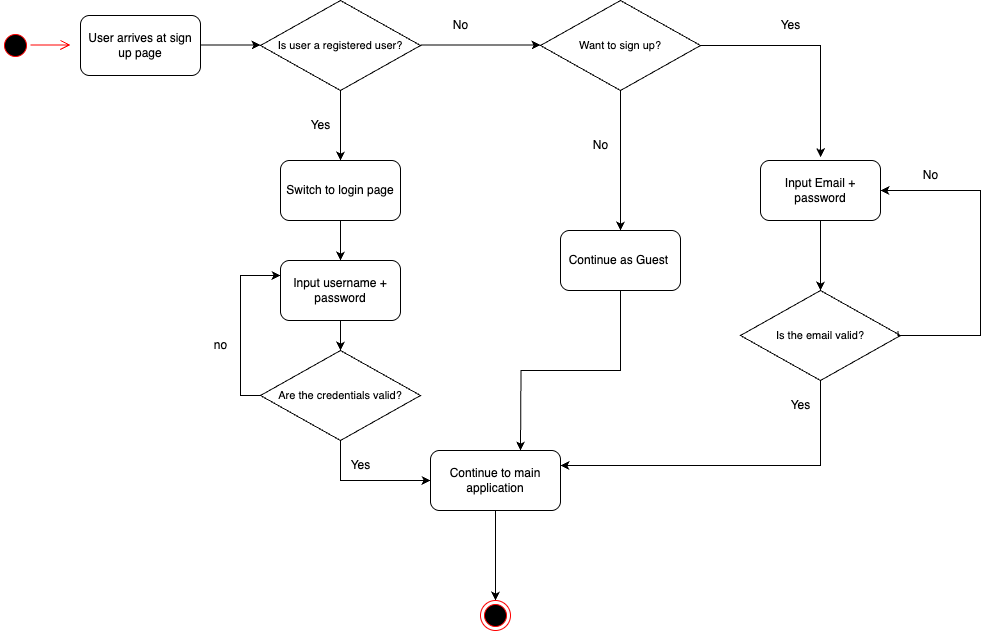
Ramisa789/Glow keeps this draw.io diagram as Documentation/Diagrams/D-006 Become Registered User System Activity Diagram.png. Above is the earlier version. Source tidied: cells renumbered, new cells last; positions are measured from the earlier drawing's top-left corner, leaving out a move shared by most shapes.
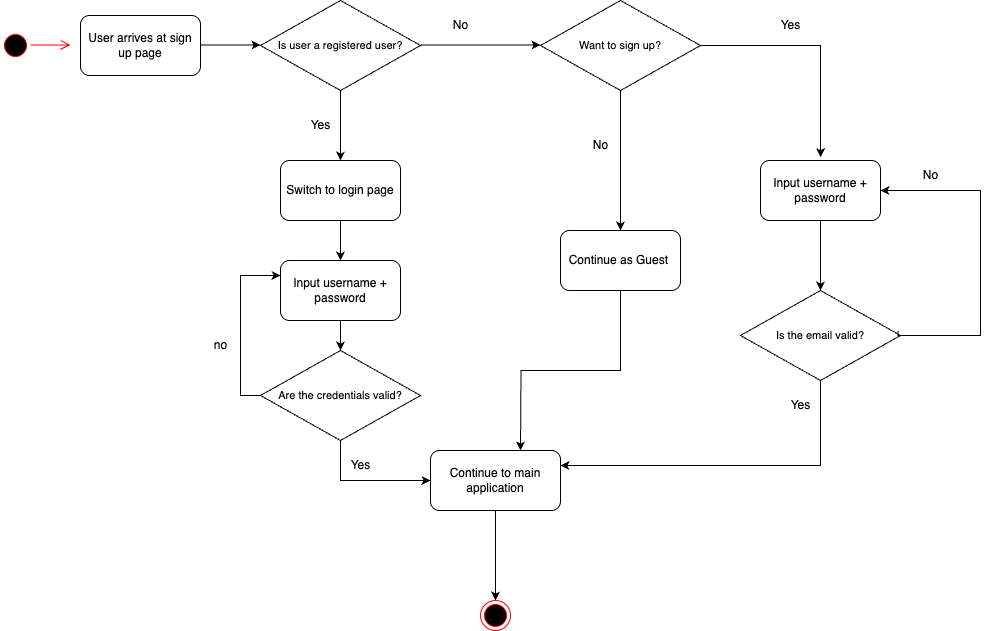
The same file after the commit.

What changed in the source:
```diff
@@ -51,7 +51,7 @@
     <mxCell id="13" style="edgeStyle=orthogonalEdgeStyle;rounded=0;jettySize=auto;html=1;exitX=1;exitY=0.5;exitDx=0;exitDy=0;entryX=0.501;entryY=-0.054;entryDx=0;entryDy=0;entryPerimeter=0;" parent="1" edge="1" source="12" target="14">
       <mxGeometry relative="1" as="geometry" />
     </mxCell>
-    <mxCell id="14" value="Input Email + password" style="rounded=1;whiteSpace=wrap;html=1;" parent="1" vertex="1">
+    <mxCell id="14" value="Input username + password" style="rounded=1;whiteSpace=wrap;html=1;" parent="1" vertex="1">
       <mxGeometry x="760" y="160" width="120" height="60" as="geometry" />
     </mxCell>
     <mxCell id="15" value="Yes" style="text;html=1;align=center;verticalAlign=middle;strokeColor=none;fillColor=none;" parent="1" vertex="1">
```
